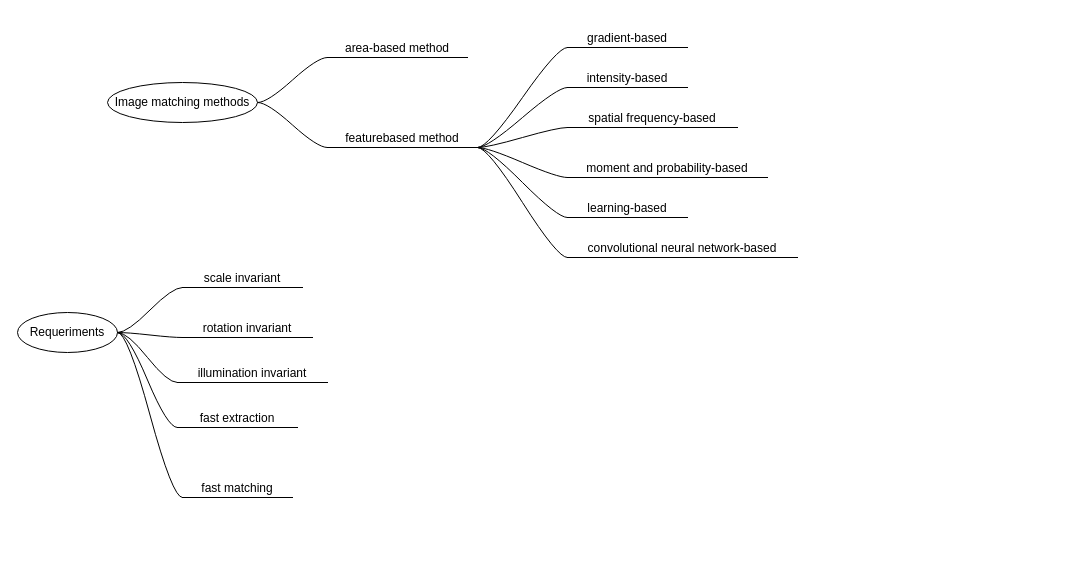
The draw.io diagram page "features" (3 of 6) of research-and-develpment-feature-descriptors.drawio in harleylara/research-and-development-ws23, before the edit. Source tidied: cells renumbered, new cells numbered last; positions are measured from the earlier drawing's top-left corner, leaving out a move shared by most shapes. Both pictures are drawn from the tidied source at 100%, with x=0, y=0 at pixel (17, 17).
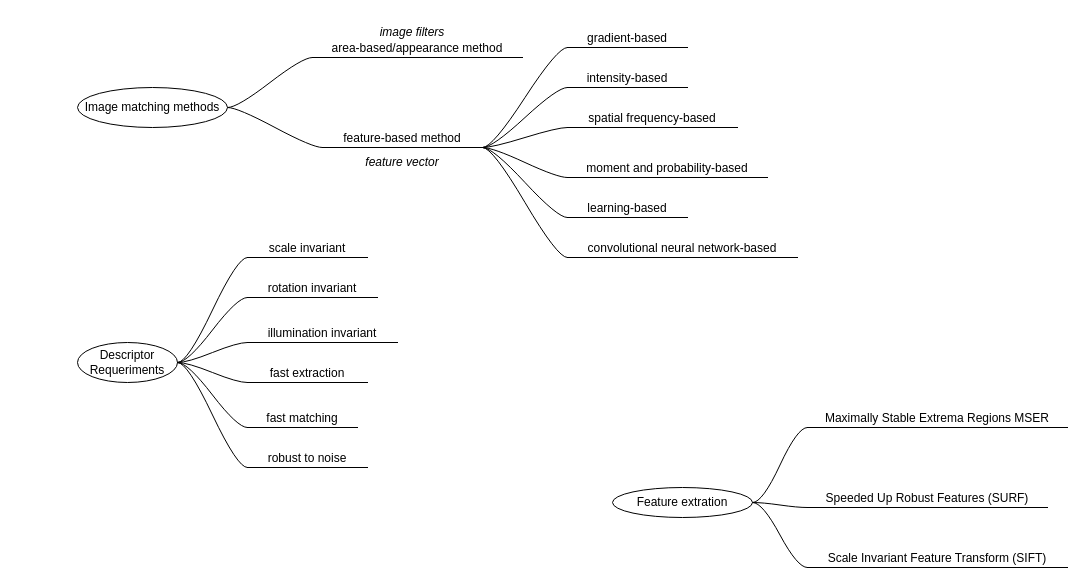
The same page after the edit.

Change to the diagram source:
```diff
@@
     <mxCell id="8" value="scale invariant" style="whiteSpace=wrap;html=1;shape=partialRectangle;top=0;left=0;bottom=1;right=0;points=[[0,1],[1,1]];fillColor=none;align=center;verticalAlign=bottom;routingCenterY=0.5;snapToPoint=1;newEdgeStyle={&quot;edgeStyle&quot;:&quot;entityRelationEdgeStyle&quot;,&quot;startArrow&quot;:&quot;none&quot;,&quot;endArrow&quot;:&quot;none&quot;,&quot;segment&quot;:10,&quot;curved&quot;:1,&quot;sourcePerimeterSpacing&quot;:0,&quot;targetPerimeterSpacing&quot;:0};" parent="1" vertex="1">
-      <mxGeometry x="165" y="240" width="120" height="30" as="geometry" />
+      <mxGeometry x="230" y="210" width="120" height="30" as="geometry" />
     </mxCell>
@@
     <mxCell id="10" value="rotation invariant" style="whiteSpace=wrap;html=1;shape=partialRectangle;top=0;left=0;bottom=1;right=0;points=[[0,1],[1,1]];fillColor=none;align=center;verticalAlign=bottom;routingCenterY=0.5;snapToPoint=1;newEdgeStyle={&quot;edgeStyle&quot;:&quot;entityRelationEdgeStyle&quot;,&quot;startArrow&quot;:&quot;none&quot;,&quot;endArrow&quot;:&quot;none&quot;,&quot;segment&quot;:10,&quot;curved&quot;:1,&quot;sourcePerimeterSpacing&quot;:0,&quot;targetPerimeterSpacing&quot;:0};" parent="1" vertex="1">
-      <mxGeometry x="165" y="290" width="130" height="30" as="geometry" />
+      <mxGeometry x="230" y="250" width="130" height="30" as="geometry" />
     </mxCell>
@@
-    <mxCell id="12" value="Requeriments" style="ellipse;whiteSpace=wrap;html=1;align=center;newEdgeStyle={&quot;edgeStyle&quot;:&quot;entityRelationEdgeStyle&quot;,&quot;startArrow&quot;:&quot;none&quot;,&quot;endArrow&quot;:&quot;none&quot;,&quot;segment&quot;:10,&quot;curved&quot;:1,&quot;sourcePerimeterSpacing&quot;:0,&quot;targetPerimeterSpacing&quot;:0};" parent="1" vertex="1">
-      <mxGeometry y="295" width="100" height="40" as="geometry" />
+    <mxCell id="12" value="Descriptor Requeriments" style="ellipse;whiteSpace=wrap;html=1;align=center;newEdgeStyle={&quot;edgeStyle&quot;:&quot;entityRelationEdgeStyle&quot;,&quot;startArrow&quot;:&quot;none&quot;,&quot;endArrow&quot;:&quot;none&quot;,&quot;segment&quot;:10,&quot;curved&quot;:1,&quot;sourcePerimeterSpacing&quot;:0,&quot;targetPerimeterSpacing&quot;:0};" parent="1" vertex="1">
+      <mxGeometry x="60" y="325" width="100" height="40" as="geometry" />
     </mxCell>
     <mxCell id="13" value="illumination invariant" style="whiteSpace=wrap;html=1;shape=partialRectangle;top=0;left=0;bottom=1;right=0;points=[[0,1],[1,1]];fillColor=none;align=center;verticalAlign=bottom;routingCenterY=0.5;snapToPoint=1;newEdgeStyle={&quot;edgeStyle&quot;:&quot;entityRelationEdgeStyle&quot;,&quot;startArrow&quot;:&quot;none&quot;,&quot;endArrow&quot;:&quot;none&quot;,&quot;segment&quot;:10,&quot;curved&quot;:1,&quot;sourcePerimeterSpacing&quot;:0,&quot;targetPerimeterSpacing&quot;:0};" parent="1" vertex="1">
-      <mxGeometry x="160" y="335" width="150" height="30" as="geometry" />
+      <mxGeometry x="230" y="295" width="150" height="30" as="geometry" />
     </mxCell>
@@
     <mxCell id="15" value="fast extraction" style="whiteSpace=wrap;html=1;shape=partialRectangle;top=0;left=0;bottom=1;right=0;points=[[0,1],[1,1]];fillColor=none;align=center;verticalAlign=bottom;routingCenterY=0.5;snapToPoint=1;newEdgeStyle={&quot;edgeStyle&quot;:&quot;entityRelationEdgeStyle&quot;,&quot;startArrow&quot;:&quot;none&quot;,&quot;endArrow&quot;:&quot;none&quot;,&quot;segment&quot;:10,&quot;curved&quot;:1,&quot;sourcePerimeterSpacing&quot;:0,&quot;targetPerimeterSpacing&quot;:0};" parent="1" vertex="1">
-      <mxGeometry x="160" y="380" width="120" height="30" as="geometry" />
+      <mxGeometry x="230" y="335" width="120" height="30" as="geometry" />
     </mxCell>
@@
     <mxCell id="17" value="fast matching" style="whiteSpace=wrap;html=1;shape=partialRectangle;top=0;left=0;bottom=1;right=0;points=[[0,1],[1,1]];fillColor=none;align=center;verticalAlign=bottom;routingCenterY=0.5;snapToPoint=1;newEdgeStyle={&quot;edgeStyle&quot;:&quot;entityRelationEdgeStyle&quot;,&quot;startArrow&quot;:&quot;none&quot;,&quot;endArrow&quot;:&quot;none&quot;,&quot;segment&quot;:10,&quot;curved&quot;:1,&quot;sourcePerimeterSpacing&quot;:0,&quot;targetPerimeterSpacing&quot;:0};" parent="1" vertex="1">
-      <mxGeometry x="165" y="450" width="110" height="30" as="geometry" />
+      <mxGeometry x="230" y="380" width="110" height="30" as="geometry" />
     </mxCell>
@@
-    <mxCell id="25" value="area-based method" style="whiteSpace=wrap;html=1;shape=partialRectangle;top=0;left=0;bottom=1;right=0;points=[[0,1],[1,1]];fillColor=none;align=center;verticalAlign=bottom;routingCenterY=0.5;snapToPoint=1;newEdgeStyle={&quot;edgeStyle&quot;:&quot;entityRelationEdgeStyle&quot;,&quot;startArrow&quot;:&quot;none&quot;,&quot;endArrow&quot;:&quot;none&quot;,&quot;segment&quot;:10,&quot;curved&quot;:1,&quot;sourcePerimeterSpacing&quot;:0,&quot;targetPerimeterSpacing&quot;:0};" parent="1" vertex="1">
-      <mxGeometry x="310" y="10" width="140" height="30" as="geometry" />
+    <mxCell id="25" value="area-based/appearance&amp;nbsp;method" style="whiteSpace=wrap;html=1;shape=partialRectangle;top=0;left=0;bottom=1;right=0;points=[[0,1],[1,1]];fillColor=none;align=center;verticalAlign=bottom;routingCenterY=0.5;snapToPoint=1;newEdgeStyle={&quot;edgeStyle&quot;:&quot;entityRelationEdgeStyle&quot;,&quot;startArrow&quot;:&quot;none&quot;,&quot;endArrow&quot;:&quot;none&quot;,&quot;segment&quot;:10,&quot;curved&quot;:1,&quot;sourcePerimeterSpacing&quot;:0,&quot;targetPerimeterSpacing&quot;:0};" parent="1" vertex="1">
+      <mxGeometry x="295" y="10" width="210" height="30" as="geometry" />
     </mxCell>
@@
     <mxCell id="27" value="Image matching methods" style="ellipse;whiteSpace=wrap;html=1;align=center;newEdgeStyle={&quot;edgeStyle&quot;:&quot;entityRelationEdgeStyle&quot;,&quot;startArrow&quot;:&quot;none&quot;,&quot;endArrow&quot;:&quot;none&quot;,&quot;segment&quot;:10,&quot;curved&quot;:1,&quot;sourcePerimeterSpacing&quot;:0,&quot;targetPerimeterSpacing&quot;:0};" parent="1" vertex="1">
-      <mxGeometry x="90" y="65" width="150" height="40" as="geometry" />
+      <mxGeometry x="60" y="70" width="150" height="40" as="geometry" />
     </mxCell>
-    <mxCell id="28" value="featurebased method" style="whiteSpace=wrap;html=1;shape=partialRectangle;top=0;left=0;bottom=1;right=0;points=[[0,1],[1,1]];fillColor=none;align=center;verticalAlign=bottom;routingCenterY=0.5;snapToPoint=1;newEdgeStyle={&quot;edgeStyle&quot;:&quot;entityRelationEdgeStyle&quot;,&quot;startArrow&quot;:&quot;none&quot;,&quot;endArrow&quot;:&quot;none&quot;,&quot;segment&quot;:10,&quot;curved&quot;:1,&quot;sourcePerimeterSpacing&quot;:0,&quot;targetPerimeterSpacing&quot;:0};" parent="1" vertex="1">
-      <mxGeometry x="310" y="100" width="150" height="30" as="geometry" />
+    <mxCell id="28" value="feature-based method" style="whiteSpace=wrap;html=1;shape=partialRectangle;top=0;left=0;bottom=1;right=0;points=[[0,1],[1,1]];fillColor=none;align=center;verticalAlign=bottom;routingCenterY=0.5;snapToPoint=1;newEdgeStyle={&quot;edgeStyle&quot;:&quot;entityRelationEdgeStyle&quot;,&quot;startArrow&quot;:&quot;none&quot;,&quot;endArrow&quot;:&quot;none&quot;,&quot;segment&quot;:10,&quot;curved&quot;:1,&quot;sourcePerimeterSpacing&quot;:0,&quot;targetPerimeterSpacing&quot;:0};" parent="1" vertex="1">
+      <mxGeometry x="305" y="100" width="160" height="30" as="geometry" />
     </mxCell>
@@
+    <mxCell id="30" value="feature vector" style="text;html=1;strokeColor=none;fillColor=none;align=center;verticalAlign=middle;whiteSpace=wrap;rounded=0;fontStyle=2;" parent="1" vertex="1">
+      <mxGeometry x="330" y="135" width="110" height="20" as="geometry" />
+    </mxCell>
+    <mxCell id="31" value="image filters" style="text;html=1;strokeColor=none;fillColor=none;align=center;verticalAlign=middle;whiteSpace=wrap;rounded=0;fontStyle=2;" parent="1" vertex="1">
+      <mxGeometry x="340" y="5" width="110" height="20" as="geometry" />
+    </mxCell>
+    <mxCell id="32" value="Maximally Stable Extrema Regions MSER" style="whiteSpace=wrap;html=1;shape=partialRectangle;top=0;left=0;bottom=1;right=0;points=[[0,1],[1,1]];fillColor=none;align=center;verticalAlign=bottom;routingCenterY=0.5;snapToPoint=1;newEdgeStyle={&quot;edgeStyle&quot;:&quot;entityRelationEdgeStyle&quot;,&quot;startArrow&quot;:&quot;none&quot;,&quot;endArrow&quot;:&quot;none&quot;,&quot;segment&quot;:10,&quot;curved&quot;:1,&quot;sourcePerimeterSpacing&quot;:0,&quot;targetPerimeterSpacing&quot;:0};" parent="1" vertex="1">
+      <mxGeometry x="790" y="380" width="260" height="30" as="geometry" />
+    </mxCell>
+    <mxCell id="33" style="edgeStyle=entityRelationEdgeStyle;startArrow=none;endArrow=none;segment=10;curved=1;sourcePerimeterSpacing=0;targetPerimeterSpacing=0;rounded=0;exitX=1;exitY=0.5;exitDx=0;exitDy=0;" parent="1" edge="1" source="34" target="32">
+      <mxGeometry relative="1" as="geometry" />
+    </mxCell>
+    <mxCell id="34" value="Feature extration" style="ellipse;whiteSpace=wrap;html=1;align=center;newEdgeStyle={&quot;edgeStyle&quot;:&quot;entityRelationEdgeStyle&quot;,&quot;startArrow&quot;:&quot;none&quot;,&quot;endArrow&quot;:&quot;none&quot;,&quot;segment&quot;:10,&quot;curved&quot;:1,&quot;sourcePerimeterSpacing&quot;:0,&quot;targetPerimeterSpacing&quot;:0};" parent="1" vertex="1">
+      <mxGeometry x="595" y="470" width="140" height="30" as="geometry" />
+    </mxCell>
+    <mxCell id="35" value="Speeded Up Robust Features (SURF)" style="whiteSpace=wrap;html=1;shape=partialRectangle;top=0;left=0;bottom=1;right=0;points=[[0,1],[1,1]];fillColor=none;align=center;verticalAlign=bottom;routingCenterY=0.5;snapToPoint=1;newEdgeStyle={&quot;edgeStyle&quot;:&quot;entityRelationEdgeStyle&quot;,&quot;startArrow&quot;:&quot;none&quot;,&quot;endArrow&quot;:&quot;none&quot;,&quot;segment&quot;:10,&quot;curved&quot;:1,&quot;sourcePerimeterSpacing&quot;:0,&quot;targetPerimeterSpacing&quot;:0};" parent="1" vertex="1">
+      <mxGeometry x="790" y="460" width="240" height="30" as="geometry" />
+    </mxCell>
+    <mxCell id="36" style="edgeStyle=entityRelationEdgeStyle;startArrow=none;endArrow=none;segment=10;curved=1;sourcePerimeterSpacing=0;targetPerimeterSpacing=0;rounded=0;exitX=1;exitY=0.5;exitDx=0;exitDy=0;" parent="1" edge="1" source="34" target="35">
+      <mxGeometry relative="1" as="geometry" />
+    </mxCell>
+    <mxCell id="37" value="Scale Invariant Feature Transform (SIFT)" style="whiteSpace=wrap;html=1;shape=partialRectangle;top=0;left=0;bottom=1;right=0;points=[[0,1],[1,1]];fillColor=none;align=center;verticalAlign=bottom;routingCenterY=0.5;snapToPoint=1;newEdgeStyle={&quot;edgeStyle&quot;:&quot;entityRelationEdgeStyle&quot;,&quot;startArrow&quot;:&quot;none&quot;,&quot;endArrow&quot;:&quot;none&quot;,&quot;segment&quot;:10,&quot;curved&quot;:1,&quot;sourcePerimeterSpacing&quot;:0,&quot;targetPerimeterSpacing&quot;:0};" parent="1" vertex="1">
+      <mxGeometry x="790" y="520" width="260" height="30" as="geometry" />
+    </mxCell>
+    <mxCell id="38" style="edgeStyle=entityRelationEdgeStyle;startArrow=none;endArrow=none;segment=10;curved=1;sourcePerimeterSpacing=0;targetPerimeterSpacing=0;rounded=0;exitX=1;exitY=0.5;exitDx=0;exitDy=0;" parent="1" edge="1" source="34" target="37">
+      <mxGeometry relative="1" as="geometry" />
+    </mxCell>
+    <mxCell id="39" value="robust to noise" style="whiteSpace=wrap;html=1;shape=partialRectangle;top=0;left=0;bottom=1;right=0;points=[[0,1],[1,1]];fillColor=none;align=center;verticalAlign=bottom;routingCenterY=0.5;snapToPoint=1;newEdgeStyle={&quot;edgeStyle&quot;:&quot;entityRelationEdgeStyle&quot;,&quot;startArrow&quot;:&quot;none&quot;,&quot;endArrow&quot;:&quot;none&quot;,&quot;segment&quot;:10,&quot;curved&quot;:1,&quot;sourcePerimeterSpacing&quot;:0,&quot;targetPerimeterSpacing&quot;:0};" parent="1" vertex="1">
+      <mxGeometry x="230" y="420" width="120" height="30" as="geometry" />
+    </mxCell>
+    <mxCell id="40" style="edgeStyle=entityRelationEdgeStyle;startArrow=none;endArrow=none;segment=10;curved=1;sourcePerimeterSpacing=0;targetPerimeterSpacing=0;rounded=0;exitX=1;exitY=0.5;exitDx=0;exitDy=0;" parent="1" edge="1" source="12" target="39">
+      <mxGeometry relative="1" as="geometry" />
+    </mxCell>
```
